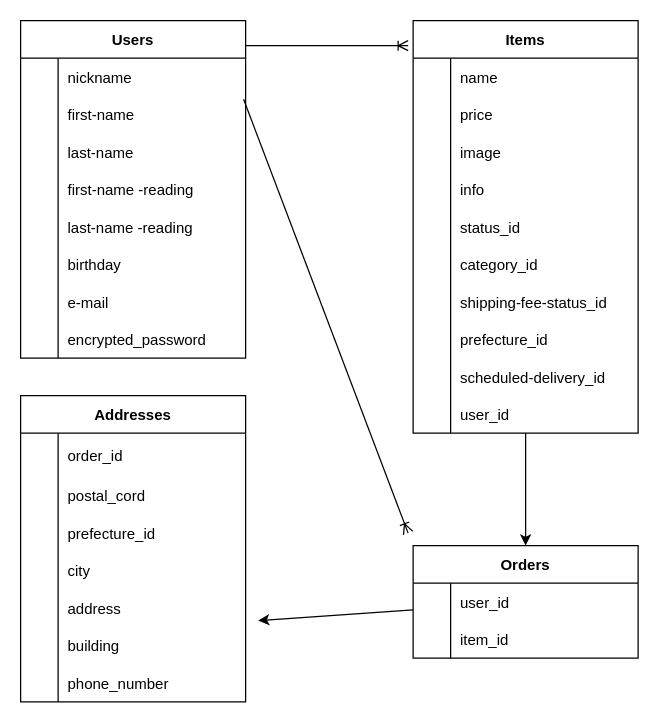
The draw.io diagram furima.dio in kzykH1015/furima-38139, before the edit. Source tidied: cells renumbered, new cells numbered last; positions are measured from the earlier drawing's top-left corner, leaving out a move shared by most shapes. Both pictures are drawn from the tidied source at 125%, with x=0, y=0 at pixel (20, 20).
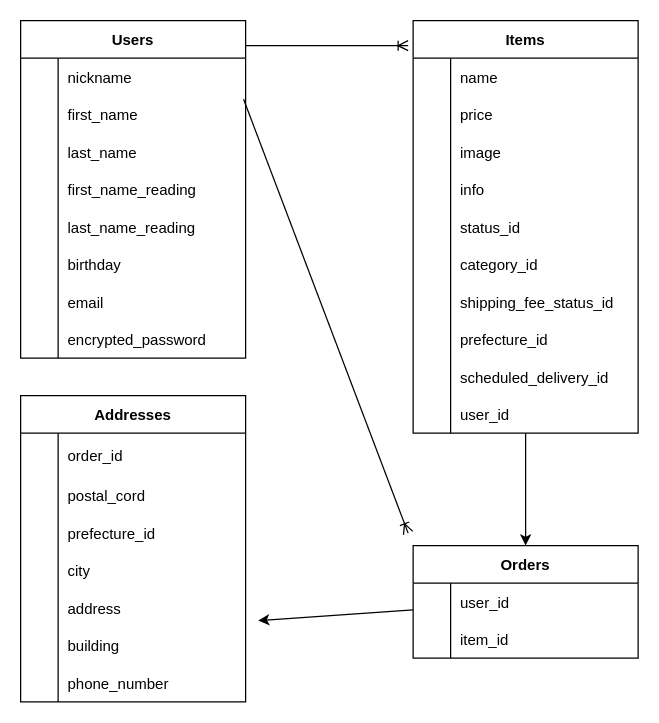
After the change.

Commit message (it also covers changes not shown here):
データベース設計修正４

Unchanged cells that the change refers to:
```xml
<mxCell id="6" style="shape=partialRectangle;fillColor=none;top=0;left=0;bottom=0;right=0;" parent="2" vertex="1">
  <mxGeometry y="60" width="180" height="30" as="geometry" />
</mxCell>
<mxCell id="9" style="shape=partialRectangle;fillColor=none;top=0;left=0;bottom=0;right=0;" parent="2" vertex="1">
  <mxGeometry y="90" width="180" height="30" as="geometry" />
</mxCell>
<mxCell id="12" style="shape=partialRectangle;fillColor=none;top=0;left=0;bottom=0;right=0;" parent="2" vertex="1">
  <mxGeometry y="120" width="180" height="30" as="geometry" />
</mxCell>
<mxCell id="15" style="shape=partialRectangle;fillColor=none;top=0;left=0;bottom=0;right=0;" parent="2" vertex="1">
  <mxGeometry y="150" width="180" height="30" as="geometry" />
</mxCell>
<mxCell id="21" style="shape=partialRectangle;fillColor=none;top=0;left=0;bottom=0;right=0;" parent="2" vertex="1">
  <mxGeometry y="210" width="180" height="30" as="geometry" />
</mxCell>
<mxCell id="47" style="shape=partialRectangle;fillColor=none;top=0;left=0;bottom=0;right=0;" parent="28" vertex="1">
  <mxGeometry y="210" width="180" height="30" as="geometry" />
</mxCell>
<mxCell id="53" style="shape=partialRectangle;fillColor=none;top=0;left=0;bottom=0;right=0;" parent="28" vertex="1">
  <mxGeometry y="270" width="180" height="30" as="geometry" />
</mxCell>
```

Diff of the diagram source:
```diff
@@
-    <mxCell id="8" value="first-name " style="shape=partialRectangle;fillColor=none;top=0;left=0;bottom=0;right=0;align=left;spacingLeft=6;overflow=hidden;" parent="6" vertex="1">
+    <mxCell id="8" value="first_name " style="shape=partialRectangle;fillColor=none;top=0;left=0;bottom=0;right=0;align=left;spacingLeft=6;overflow=hidden;" parent="6" vertex="1">
       <mxGeometry x="30" width="150" height="30" as="geometry" />
     </mxCell>
@@
-    <mxCell id="11" value="last-name " style="shape=partialRectangle;fillColor=none;top=0;left=0;bottom=0;right=0;align=left;spacingLeft=6;overflow=hidden;" parent="9" vertex="1">
+    <mxCell id="11" value="last_name " style="shape=partialRectangle;fillColor=none;top=0;left=0;bottom=0;right=0;align=left;spacingLeft=6;overflow=hidden;" parent="9" vertex="1">
       <mxGeometry x="30" width="150" height="30" as="geometry" />
     </mxCell>
@@
-    <mxCell id="14" value="first-name -reading" style="shape=partialRectangle;fillColor=none;top=0;left=0;bottom=0;right=0;align=left;spacingLeft=6;overflow=hidden;" parent="12" vertex="1">
+    <mxCell id="14" value="first_name_reading" style="shape=partialRectangle;fillColor=none;top=0;left=0;bottom=0;right=0;align=left;spacingLeft=6;overflow=hidden;" parent="12" vertex="1">
       <mxGeometry x="30" width="150" height="30" as="geometry" />
     </mxCell>
@@
-    <mxCell id="17" value="last-name -reading" style="shape=partialRectangle;fillColor=none;top=0;left=0;bottom=0;right=0;align=left;spacingLeft=6;overflow=hidden;" parent="15" vertex="1">
+    <mxCell id="17" value="last_name_reading" style="shape=partialRectangle;fillColor=none;top=0;left=0;bottom=0;right=0;align=left;spacingLeft=6;overflow=hidden;" parent="15" vertex="1">
       <mxGeometry x="30" width="150" height="30" as="geometry" />
     </mxCell>
@@
-    <mxCell id="23" value="e-mail" style="shape=partialRectangle;fillColor=none;top=0;left=0;bottom=0;right=0;align=left;spacingLeft=6;overflow=hidden;" parent="21" vertex="1">
+    <mxCell id="23" value="email" style="shape=partialRectangle;fillColor=none;top=0;left=0;bottom=0;right=0;align=left;spacingLeft=6;overflow=hidden;" parent="21" vertex="1">
       <mxGeometry x="30" width="150" height="30" as="geometry" />
     </mxCell>
@@
-    <mxCell id="49" value="shipping-fee-status_id" style="shape=partialRectangle;fillColor=none;top=0;left=0;bottom=0;right=0;align=left;spacingLeft=6;overflow=hidden;" parent="47" vertex="1">
+    <mxCell id="49" value="shipping_fee_status_id" style="shape=partialRectangle;fillColor=none;top=0;left=0;bottom=0;right=0;align=left;spacingLeft=6;overflow=hidden;" parent="47" vertex="1">
       <mxGeometry x="30" width="150" height="30" as="geometry" />
     </mxCell>
@@
-    <mxCell id="55" value="scheduled-delivery_id" style="shape=partialRectangle;fillColor=none;top=0;left=0;bottom=0;right=0;align=left;spacingLeft=6;overflow=hidden;" parent="53" vertex="1">
+    <mxCell id="55" value="scheduled_delivery_id" style="shape=partialRectangle;fillColor=none;top=0;left=0;bottom=0;right=0;align=left;spacingLeft=6;overflow=hidden;" parent="53" vertex="1">
       <mxGeometry x="30" width="150" height="30" as="geometry" />
     </mxCell>
```
